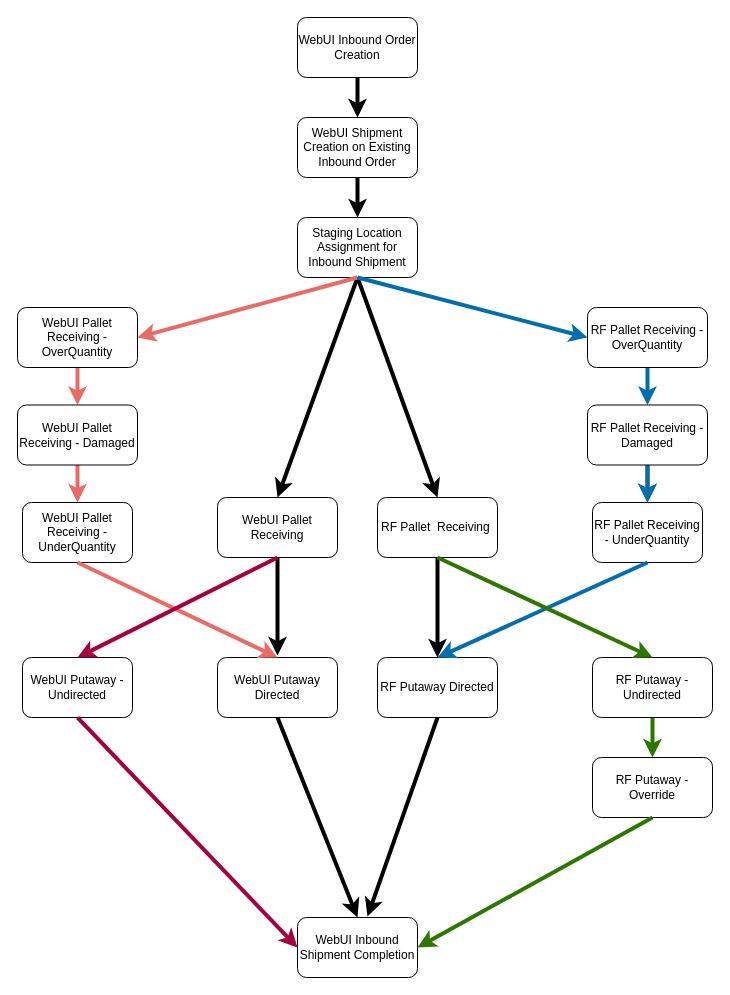
Before: Superman&DrStrange.drawio in Natali1429/DIA, a draw.io diagram. Source tidied: cells renumbered, new cells numbered last; positions are measured from the earlier drawing's top-left corner, leaving out a move shared by most shapes. Both pictures are drawn from the tidied source at 100%, with x=0, y=0 at pixel (17, 17).
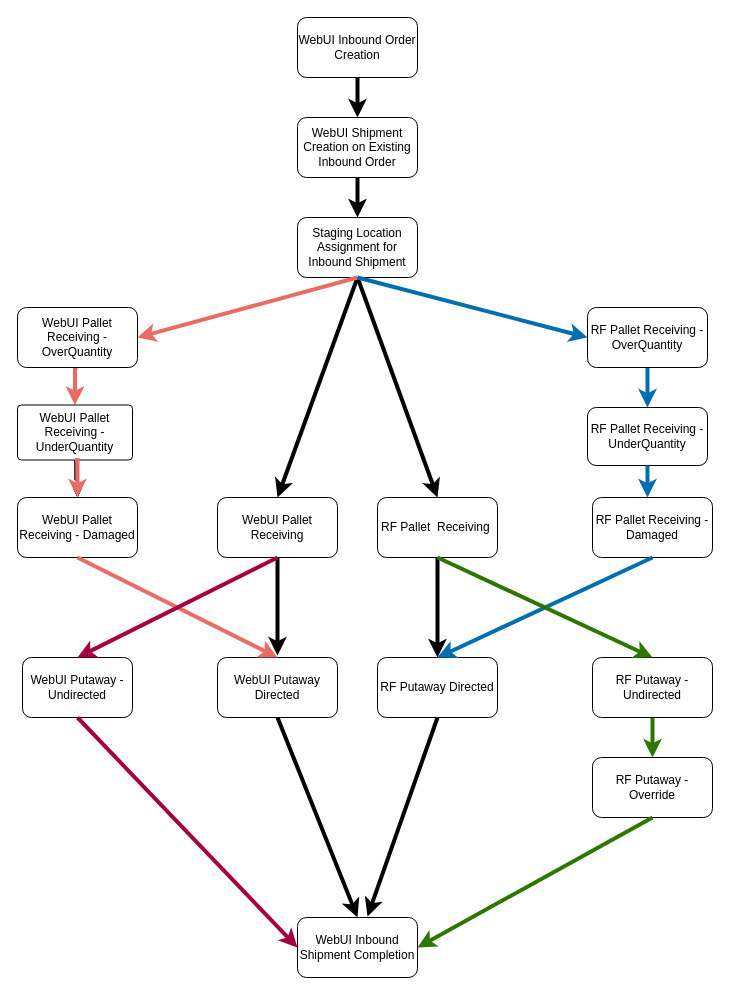
The same diagram, later.

Unchanged cells that the change refers to:
```xml
<mxCell id="3" value="WebUI Shipment Creation on Existing Inbound Order" style="rounded=1;whiteSpace=wrap;html=1;" parent="1" vertex="1">
  <mxGeometry x="280" y="100" width="120" height="60" as="geometry" />
</mxCell>
<mxCell id="5" value="WebUI Inbound Order Creation" style="rounded=1;whiteSpace=wrap;html=1;" parent="1" vertex="1">
  <mxGeometry x="280" width="120" height="60" as="geometry" />
</mxCell>
<mxCell id="6" value="WebUI Putaway Directed" style="rounded=1;whiteSpace=wrap;html=1;" parent="1" vertex="1">
  <mxGeometry x="200" y="640" width="120" height="60" as="geometry" />
</mxCell>
<mxCell id="8" value="WebUI Pallet Receiving - OverQuantity" style="rounded=1;whiteSpace=wrap;html=1;" parent="1" vertex="1">
  <mxGeometry y="290" width="120" height="60" as="geometry" />
</mxCell>
<mxCell id="21" value="RF Pallet Receiving - OverQuantity" style="rounded=1;whiteSpace=wrap;html=1;" parent="1" vertex="1">
  <mxGeometry x="570" y="290" width="120" height="60" as="geometry" />
</mxCell>
<mxCell id="26" value="RF Putaway Directed" style="rounded=1;whiteSpace=wrap;html=1;" parent="1" vertex="1">
  <mxGeometry x="360" y="640" width="120" height="60" as="geometry" />
</mxCell>
```

Change to the diagram source:
```diff
@@
-    <mxCell id="4" style="edgeStyle=orthogonalEdgeStyle;rounded=0;jettySize=auto;html=1;exitX=0.5;exitY=1;exitDx=0;exitDy=0;entryX=0.5;entryY=0;entryDx=0;entryDy=0;strokeWidth=4;" parent="1" edge="1" source="5" target="3">
-      <mxGeometry relative="1" as="geometry" />
-    </mxCell>
@@
-    <mxCell id="7" style="edgeStyle=orthogonalEdgeStyle;rounded=0;jettySize=auto;html=1;strokeColor=#EA6B66;strokeWidth=4;" parent="1" edge="1" source="8" target="16">
+    <mxCell id="7" style="edgeStyle=orthogonalEdgeStyle;rounded=0;jettySize=auto;html=1;strokeColor=#EA6B66;strokeWidth=4;exitX=0.5;exitY=1;exitDx=0;exitDy=0;entryX=0.5;entryY=0;entryDx=0;entryDy=0;" parent="1" edge="1" source="8" target="9">
       <mxGeometry relative="1" as="geometry" />
     </mxCell>
@@
+    <mxCell id="41" style="edgeStyle=orthogonalEdgeStyle;rounded=0;jettySize=auto;html=1;" parent="1" edge="1" source="9" target="16">
+      <mxGeometry relative="1" as="geometry" />
+    </mxCell>
+    <mxCell id="42" style="edgeStyle=orthogonalEdgeStyle;rounded=0;jettySize=auto;html=1;" parent="1" edge="1" source="9" target="16">
+      <mxGeometry relative="1" as="geometry" />
+    </mxCell>
-    <mxCell id="9" value="WebUI Pallet Receiving - UnderQuantity" style="rounded=1;whiteSpace=wrap;html=1;" parent="1" vertex="1">
-      <mxGeometry x="5" y="485" width="110" height="60" as="geometry" />
+    <mxCell id="9" value="WebUI Pallet Receiving - UnderQuantity" style="rounded=1;whiteSpace=wrap;html=1;arcSize=7;" parent="1" vertex="1">
+      <mxGeometry y="387.5" width="115" height="55" as="geometry" />
     </mxCell>
@@
-    <mxCell id="15" style="edgeStyle=orthogonalEdgeStyle;rounded=0;jettySize=auto;html=1;strokeColor=#EA6B66;strokeWidth=4;" parent="1" edge="1" source="16" target="9">
-      <mxGeometry relative="1" as="geometry" />
+    <mxCell id="15" style="edgeStyle=orthogonalEdgeStyle;rounded=0;jettySize=auto;html=1;strokeColor=#EA6B66;strokeWidth=4;entryX=0.5;entryY=0;entryDx=0;entryDy=0;exitX=0.5;exitY=1;exitDx=0;exitDy=0;" parent="1" edge="1" source="9" target="16">
+      <mxGeometry relative="1" as="geometry">
+        <Array as="points">
+          <mxPoint x="60" y="443" />
+        </Array>
+      </mxGeometry>
     </mxCell>
     <mxCell id="16" value="WebUI Pallet Receiving - Damaged" style="rounded=1;whiteSpace=wrap;html=1;" parent="1" vertex="1">
-      <mxGeometry y="387.5" width="120" height="60" as="geometry" />
+      <mxGeometry y="480" width="120" height="60" as="geometry" />
     </mxCell>
@@
-    <mxCell id="20" style="edgeStyle=orthogonalEdgeStyle;rounded=0;jettySize=auto;html=1;strokeColor=#006EAF;strokeWidth=4;fillColor=#1ba1e2;" parent="1" edge="1" source="21" target="25">
-      <mxGeometry relative="1" as="geometry" />
+    <mxCell id="20" style="edgeStyle=orthogonalEdgeStyle;rounded=0;jettySize=auto;html=1;strokeColor=#006EAF;strokeWidth=4;fillColor=#1ba1e2;" parent="1" edge="1" source="21">
+      <mxGeometry relative="1" as="geometry">
+        <mxPoint x="630" y="390" as="targetPoint" />
+      </mxGeometry>
     </mxCell>
@@
     <mxCell id="22" value="RF Pallet Receiving - UnderQuantity" style="rounded=1;whiteSpace=wrap;html=1;" parent="1" vertex="1">
-      <mxGeometry x="575" y="485" width="110" height="60" as="geometry" />
+      <mxGeometry x="570" y="390" width="120" height="58" as="geometry" />
     </mxCell>
-    <mxCell id="23" style="edgeStyle=orthogonalEdgeStyle;rounded=0;jettySize=auto;html=1;strokeColor=#432D57;strokeWidth=4;fillColor=#76608a;" parent="1" edge="1" source="25" target="22">
-      <mxGeometry relative="1" as="geometry" />
-    </mxCell>
-    <mxCell id="24" style="edgeStyle=orthogonalEdgeStyle;rounded=1;jettySize=auto;html=1;strokeColor=#006EAF;strokeWidth=4;fillColor=#1ba1e2;" parent="1" edge="1" source="25" target="22">
-      <mxGeometry relative="1" as="geometry" />
-    </mxCell>
     <mxCell id="25" value="RF Pallet Receiving - Damaged" style="rounded=1;whiteSpace=wrap;html=1;" parent="1" vertex="1">
-      <mxGeometry x="570" y="387.5" width="120" height="60" as="geometry" />
+      <mxGeometry x="575" y="480" width="120" height="60" as="geometry" />
     </mxCell>
@@
-    <mxCell id="37" style="endArrow=classic;html=1;strokeColor=#EA6B66;strokeWidth=4;exitX=0.5;exitY=1;exitDx=0;exitDy=0;entryX=0.5;entryY=0;entryDx=0;entryDy=0;" parent="1" edge="1" source="9" target="6">
+    <mxCell id="37" style="endArrow=classic;html=1;strokeColor=#EA6B66;strokeWidth=4;entryX=0.5;entryY=0;entryDx=0;entryDy=0;exitX=0.5;exitY=1;exitDx=0;exitDy=0;" parent="1" edge="1" source="16" target="6">
       <mxGeometry relative="1" as="geometry" />
     </mxCell>
-    <mxCell id="38" style="endArrow=classic;html=1;strokeColor=#006EAF;strokeWidth=4;exitX=0.5;exitY=1;exitDx=0;exitDy=0;entryX=0.5;entryY=0;entryDx=0;entryDy=0;" parent="1" edge="1" source="22" target="26">
+    <mxCell id="38" style="endArrow=classic;html=1;strokeColor=#006EAF;strokeWidth=4;entryX=0.5;entryY=0;entryDx=0;entryDy=0;exitX=0.5;exitY=1;exitDx=0;exitDy=0;" parent="1" edge="1" source="25" target="26">
       <mxGeometry relative="1" as="geometry" />
     </mxCell>
@@
+    <mxCell id="43" style="edgeStyle=orthogonalEdgeStyle;rounded=0;jettySize=auto;html=1;strokeColor=#006EAF;strokeWidth=4;fillColor=#1ba1e2;exitX=0.5;exitY=1;exitDx=0;exitDy=0;" parent="1" edge="1" source="22">
+      <mxGeometry relative="1" as="geometry">
+        <mxPoint x="630" y="480" as="targetPoint" />
+      </mxGeometry>
+    </mxCell>
+    <mxCell id="4" style="edgeStyle=orthogonalEdgeStyle;rounded=0;jettySize=auto;html=1;exitX=0.5;exitY=1;exitDx=0;exitDy=0;entryX=0.5;entryY=0;entryDx=0;entryDy=0;strokeWidth=4;" parent="1" edge="1" source="5" target="3">
+      <mxGeometry relative="1" as="geometry" />
+    </mxCell>
```
